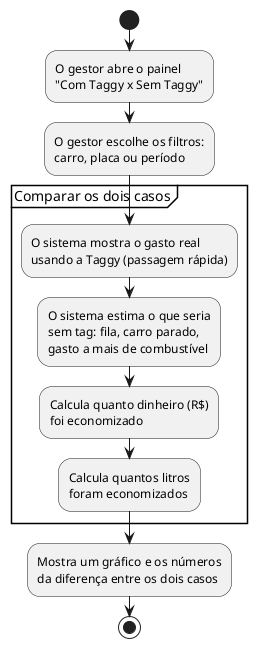
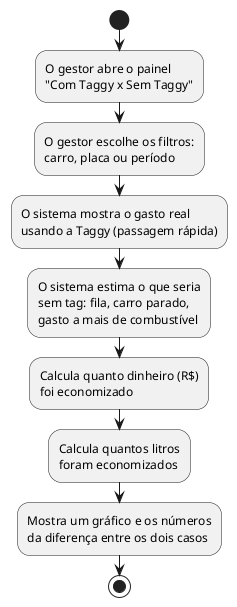
@startuml US05_Dashboard_Comparativo
start
:O gestor abre o painel\n"Com Taggy x Sem Taggy";
:O gestor escolhe os filtros:\ncarro, placa ou período;
- partition "Comparar os dois casos" {
-   :O sistema mostra o gasto real\nusando a Taggy (passagem rápida);
-   :O sistema estima o que seria\nsem tag: fila, carro parado,\ngasto a mais de combustível;
-   :Calcula quanto dinheiro (R$)\nfoi economizado;
-   :Calcula quantos litros\nforam economizados;
- }
+ :O sistema mostra o gasto real\nusando a Taggy (passagem rápida);
+ :O sistema estima o que seria\nsem tag: fila, carro parado,\ngasto a mais de combustível;
+ :Calcula quanto dinheiro (R$)\nfoi economizado;
+ :Calcula quantos litros\nforam economizados;
:Mostra um gráfico e os números\nda diferença entre os dois casos;
stop
@enduml
